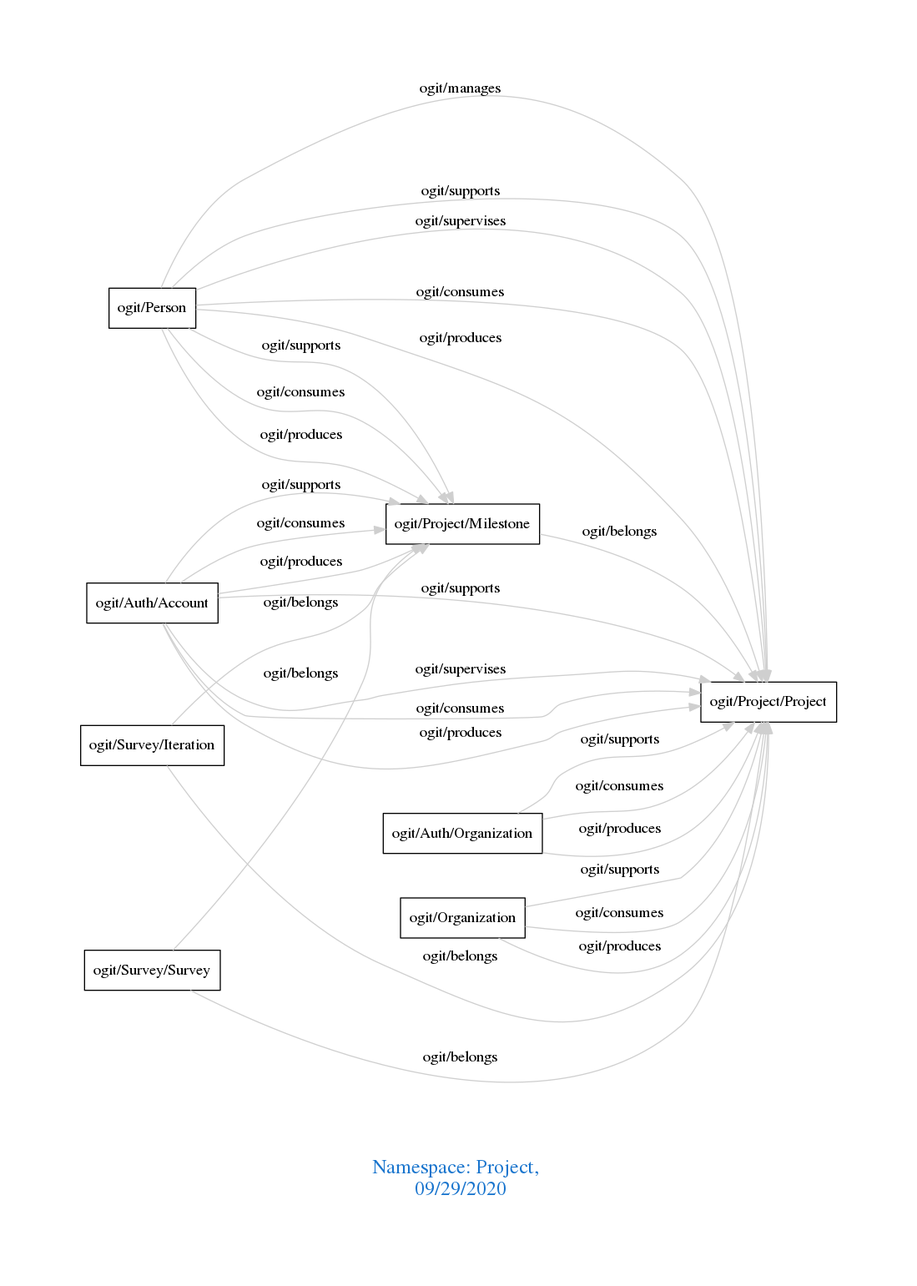
arago/OGIT keeps this Graphviz diagram as downloads/Project.png. Above is the earlier version. Its source is kept beside it as downloads/Project.dot.
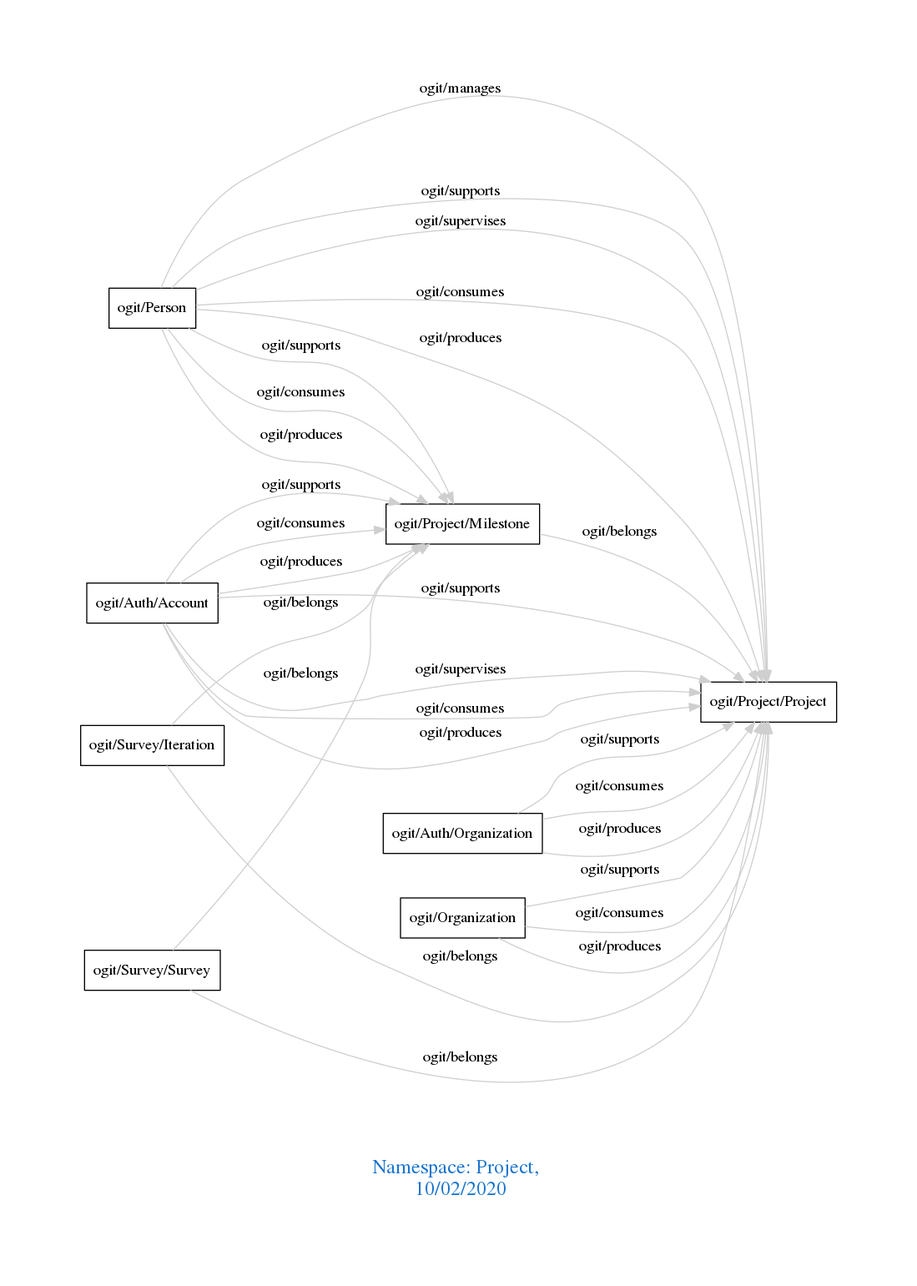
After the commit.

What changed in the source:
```diff
@@ -1,7 +1,7 @@
 digraph OGIT_ontology {
  graph [ rankdir= LR,pad=1
 fontsize = 18,
-fontcolor= dodgerblue3,label = "\n\n\nNamespace: Project, \n 09/29/2020"];
+fontcolor= dodgerblue3,label = "\n\n\nNamespace: Project, \n 10/02/2020"];
 node[shape=polygon];
 edge [  color="gray81"];
 
```
